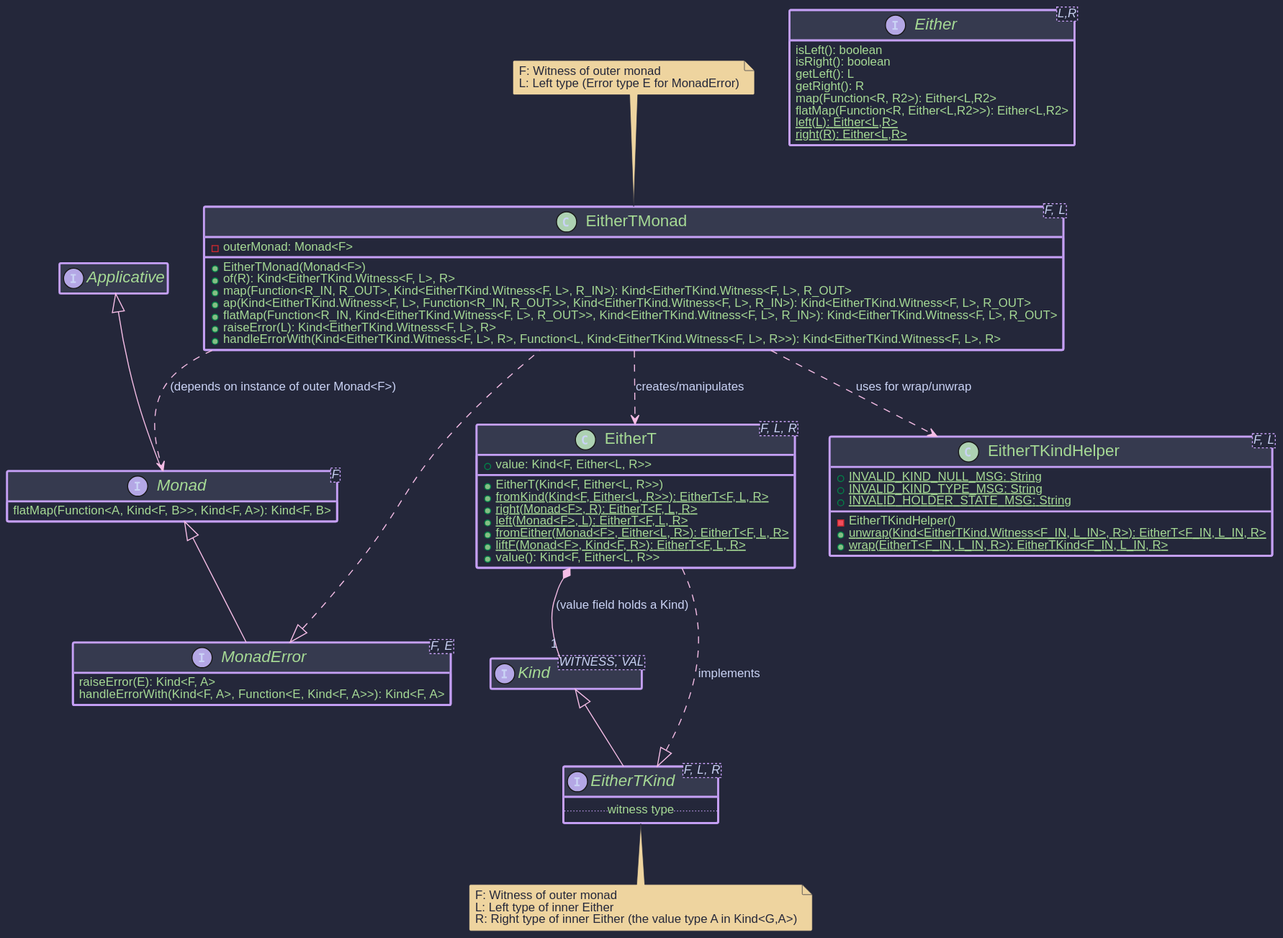
This is hkj-book/src/images/puml/eithert_transformer.svg from higher-kinded-j/higher-kinded-j, a PlantUML export, as it was before one commit.
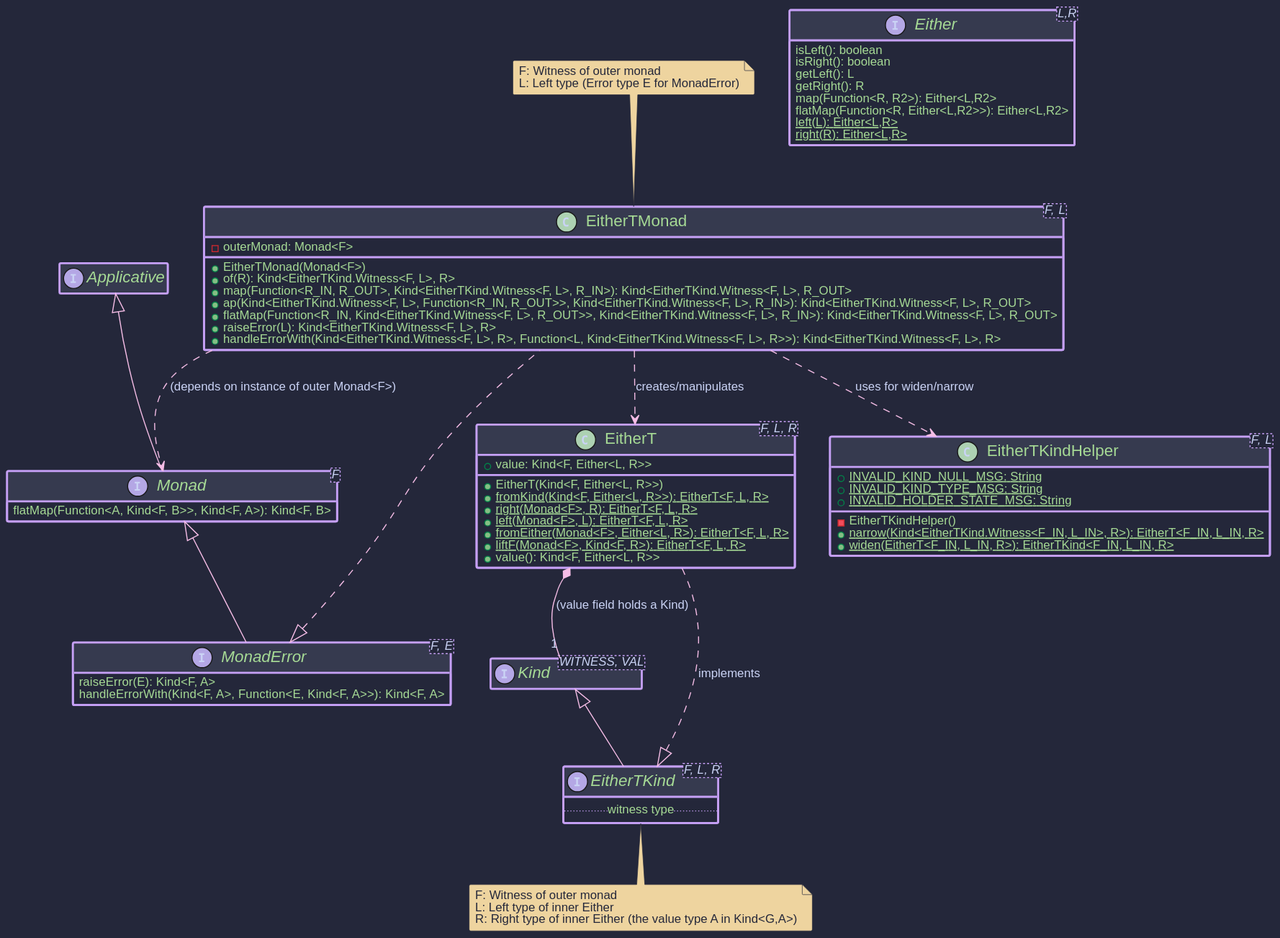
After the commit.

Diff of the diagram source:
```diff
@@ -42,8 +42,8 @@
     + {static} INVALID_KIND_TYPE_MSG: String
     + {static} INVALID_HOLDER_STATE_MSG: String
     - EitherTKindHelper()
-    + {static} unwrap(Kind<EitherTKind.Witness<F_IN, L_IN>, R>): EitherT<F_IN, L_IN, R>
-    + {static} wrap(EitherT<F_IN, L_IN, R>): EitherTKind<F_IN, L_IN, R>
+    + {static} narrow(Kind<EitherTKind.Witness<F_IN, L_IN>, R>): EitherT<F_IN, L_IN, R>
+    + {static} widen(EitherT<F_IN, L_IN, R>): EitherTKind<F_IN, L_IN, R>
   }
 
   class EitherTMonad<F, L> implements MonadError<EitherTKind.Witness<F, L>, L> {
@@ -61,7 +61,7 @@
     L: Left type (Error type E for MonadError)
   end note
 
-  EitherTMonad ..> EitherTKindHelper : uses for wrap/unwrap
+  EitherTMonad ..> EitherTKindHelper : uses for widen/narrow
   EitherTMonad ..> EitherT : creates/manipulates
   EitherTMonad ..> Monad : (depends on instance of outer Monad<F>)
 
```
